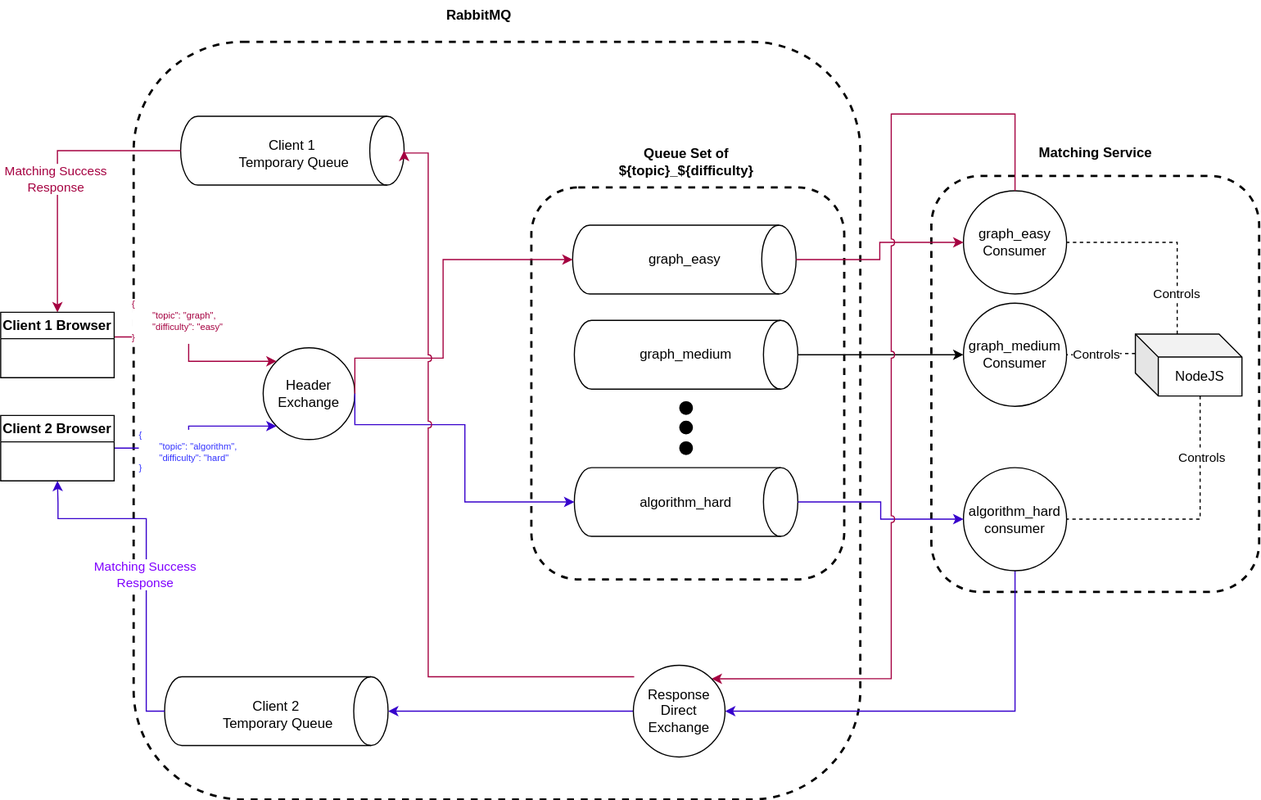
This is matchingService/assets/MatchingServiceFlow.drawio.svg from CS3219-AY2425S1/nus-cs3219-ay2425s1-cs3219-ay2425s1-project-project-template, a draw.io export, as it was before one commit. Source tidied: cells renumbered, new cells last; positions are measured from the earlier drawing's top-left corner, leaving out a move shared by most shapes.
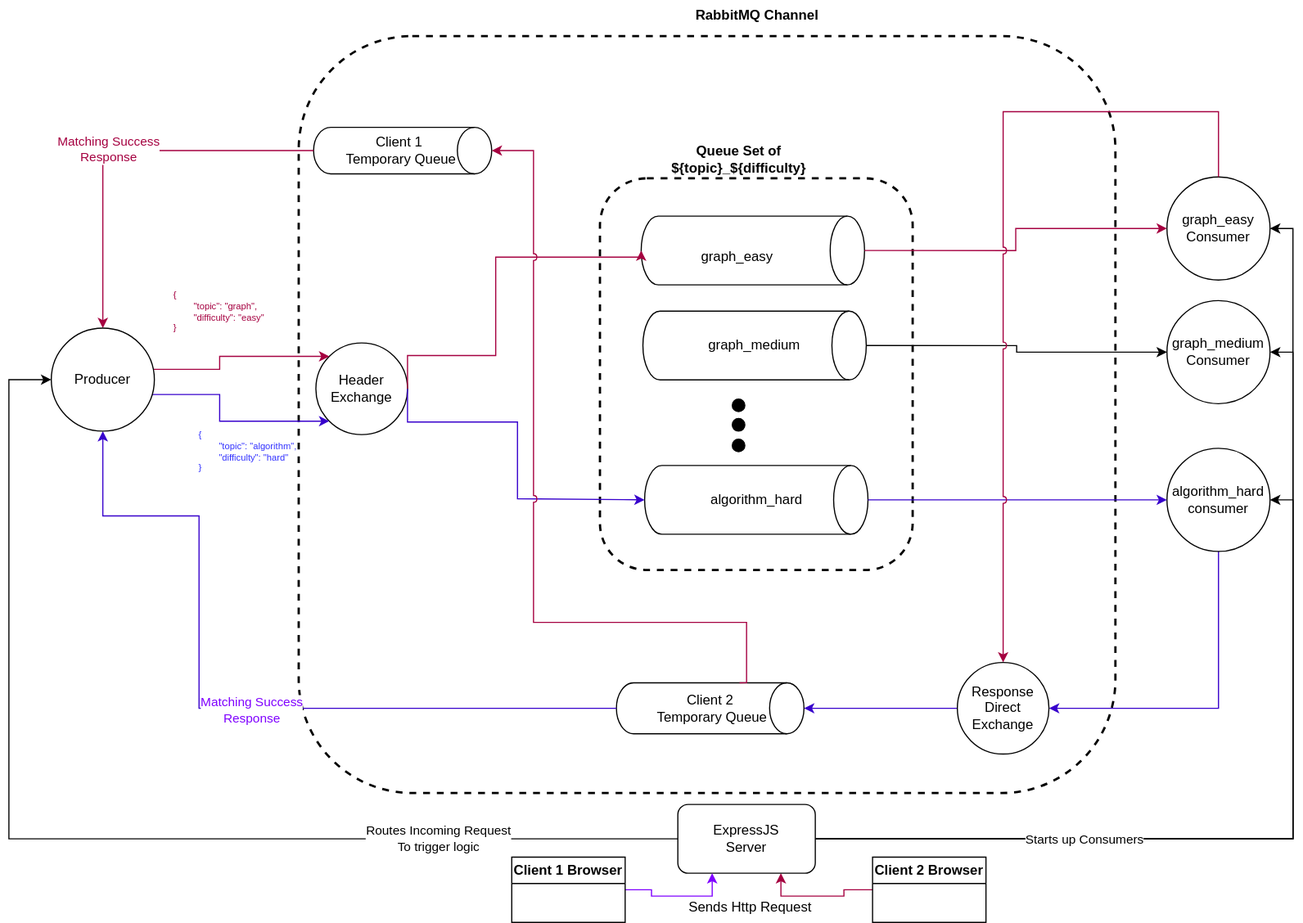
The same file after the commit.

Commit message:
Updated diagram to show existing program flow with expressjs

Change to the diagram source:
```diff
@@ -5,12 +5,9 @@
     <mxCell id="2" style="rounded=1;whiteSpace=wrap;html=1;dashed=1;strokeWidth=2;fillColor=none;" parent="1" vertex="1">
-      <mxGeometry x="116" y="36" width="634" height="661" as="geometry" />
+      <mxGeometry x="214" y="33" width="713" height="661" as="geometry" />
     </mxCell>
-    <mxCell id="3" style="rounded=1;whiteSpace=wrap;html=1;dashed=1;strokeWidth=2;fillColor=none;" parent="1" vertex="1">
-      <mxGeometry x="812" y="153" width="286" height="363" as="geometry" />
-    </mxCell>
     <mxCell id="4" style="rounded=1;whiteSpace=wrap;html=1;dashed=1;strokeWidth=2;fillColor=none;" parent="1" vertex="1">
-      <mxGeometry x="463" y="163" width="273" height="342" as="geometry" />
+      <mxGeometry x="477" y="157.2" width="273" height="342" as="geometry" />
     </mxCell>
     <mxCell id="5" value="Header&lt;div&gt;Exchange&lt;/div&gt;" style="ellipse;whiteSpace=wrap;html=1;" parent="1" vertex="1">
-      <mxGeometry x="229" y="303" width="80" height="80" as="geometry" />
+      <mxGeometry x="229" y="301" width="80" height="80" as="geometry" />
     </mxCell>
@@ -26,3 +23,3 @@
     <mxCell id="9" style="group;" parent="1" vertex="1">
-      <mxGeometry x="500.5" y="407.5" width="195" height="60" as="geometry" />
+      <mxGeometry x="516" y="408" width="195" height="60" as="geometry" />
     </mxCell>
@@ -35,3 +32,3 @@
     <mxCell id="12" style="group;" parent="1" vertex="1">
-      <mxGeometry x="500.5" y="279" width="195" height="60" as="geometry" />
+      <mxGeometry x="514.5" y="273.2" width="195" height="60" as="geometry" />
     </mxCell>
@@ -47,3 +44,3 @@
     <mxCell id="16" style="shape=cylinder3;whiteSpace=wrap;html=1;boundedLbl=1;backgroundOutline=1;size=15;rotation=90;" parent="15" vertex="1">
-      <mxGeometry x="67.5" y="-67.5" width="60" height="195" as="geometry" />
+      <mxGeometry x="81.5" y="-73.2" width="60" height="195" as="geometry" />
     </mxCell>
@@ -56,21 +53,27 @@
     <mxCell id="19" style="group;dashed=1;" parent="1" vertex="1">
-      <mxGeometry x="157" y="101" width="195" height="60" as="geometry" />
+      <mxGeometry x="219" y="103" width="137" height="107.8" as="geometry" />
     </mxCell>
     <mxCell id="20" style="shape=cylinder3;whiteSpace=wrap;html=1;boundedLbl=1;backgroundOutline=1;size=15;rotation=90;fixDash=1;" parent="19" vertex="1">
-      <mxGeometry x="67.5" y="-67.5" width="60" height="195" as="geometry" />
+      <mxGeometry x="65.4" y="-47.8" width="40.6" height="155.5" as="geometry" />
     </mxCell>
     <mxCell id="21" value="Client 1&lt;div&gt;&amp;nbsp;Temporary Queue&lt;/div&gt;" style="text;html=1;align=center;verticalAlign=middle;whiteSpace=wrap;rounded=0;" parent="19" vertex="1">
-      <mxGeometry x="42.2" y="12" width="110.5" height="41" as="geometry" />
+      <mxGeometry x="28.6" y="9.5" width="108.4" height="41" as="geometry" />
     </mxCell>
     <mxCell id="22" style="group;" parent="1" vertex="1">
-      <mxGeometry x="143" y="590" width="195" height="60" as="geometry" />
+      <mxGeometry x="466" y="590" width="195" height="135.2" as="geometry" />
     </mxCell>
     <mxCell id="23" style="shape=cylinder3;whiteSpace=wrap;html=1;boundedLbl=1;backgroundOutline=1;size=15;rotation=90;" parent="22" vertex="1">
-      <mxGeometry x="67.5" y="-67.5" width="60" height="195" as="geometry" />
+      <mxGeometry x="85" y="-51.9" width="44.5" height="163.8" as="geometry" />
     </mxCell>
     <mxCell id="24" value="Client 2&lt;div&gt;&amp;nbsp;Temporary Queue&lt;/div&gt;" style="text;html=1;align=center;verticalAlign=middle;whiteSpace=wrap;rounded=0;" parent="22" vertex="1">
-      <mxGeometry x="42.2" y="12" width="110.5" height="41" as="geometry" />
+      <mxGeometry x="52" y="9.5" width="110.5" height="41" as="geometry" />
     </mxCell>
-    <mxCell id="25" style="edgeStyle=orthogonalEdgeStyle;rounded=0;jettySize=auto;html=1;exitX=0.99;exitY=0.377;exitDx=0;exitDy=0;entryX=0;entryY=0;entryDx=0;entryDy=0;fillColor=#d80073;strokeColor=#A50040;exitPerimeter=0;" parent="1" edge="1" source="47" target="5">
-      <mxGeometry relative="1" as="geometry" />
+    <mxCell id="25" style="edgeStyle=orthogonalEdgeStyle;rounded=0;jettySize=auto;html=1;exitX=1;exitY=0.5;exitDx=0;exitDy=0;entryX=0;entryY=0;entryDx=0;entryDy=0;fillColor=#d80073;strokeColor=#A50040;" parent="1" edge="1" source="58" target="5">
+      <mxGeometry relative="1" as="geometry">
+        <Array as="points">
+          <mxPoint x="60" y="324" />
+          <mxPoint x="145" y="324" />
+          <mxPoint x="145" y="313" />
+        </Array>
+      </mxGeometry>
     </mxCell>
@@ -78,7 +81,13 @@
       <mxGeometry x="-0.44" y="3" relative="1" as="geometry">
-        <mxPoint x="-31" y="-11" as="offset" />
+        <mxPoint x="15" y="-48" as="offset" />
       </mxGeometry>
     </mxCell>
-    <mxCell id="27" style="edgeStyle=orthogonalEdgeStyle;rounded=0;jettySize=auto;html=1;entryX=0;entryY=1;entryDx=0;entryDy=0;fillColor=#6a00ff;strokeColor=#3700CC;exitX=1;exitY=0.5;exitDx=0;exitDy=0;" parent="1" edge="1" source="46" target="5">
-      <mxGeometry relative="1" as="geometry" />
+    <mxCell id="27" style="edgeStyle=orthogonalEdgeStyle;rounded=0;jettySize=auto;html=1;entryX=0;entryY=1;entryDx=0;entryDy=0;fillColor=#6a00ff;strokeColor=#3700CC;exitX=1;exitY=0.5;exitDx=0;exitDy=0;" parent="1" edge="1" source="58" target="5">
+      <mxGeometry relative="1" as="geometry">
+        <Array as="points">
+          <mxPoint x="60" y="346" />
+          <mxPoint x="145" y="346" />
+          <mxPoint x="145" y="369" />
+        </Array>
+      </mxGeometry>
     </mxCell>
@@ -94,6 +103,6 @@
     <mxCell id="29" value="graph_easy&lt;div&gt;Consumer&lt;/div&gt;" style="ellipse;whiteSpace=wrap;html=1;" parent="1" vertex="1">
-      <mxGeometry x="840" y="166" width="90" height="90" as="geometry" />
+      <mxGeometry x="972" y="156" width="90" height="90" as="geometry" />
     </mxCell>
     <mxCell id="30" value="graph_medium&lt;div&gt;Consumer&lt;/div&gt;" style="ellipse;whiteSpace=wrap;html=1;" parent="1" vertex="1">
-      <mxGeometry x="840" y="264" width="90" height="90" as="geometry" />
+      <mxGeometry x="972" y="264" width="90" height="90" as="geometry" />
     </mxCell>
@@ -102,3 +111,3 @@
         <Array as="points">
-          <mxPoint x="885" y="620" />
+          <mxPoint x="1017" y="620" />
         </Array>
@@ -107,3 +116,3 @@
     <mxCell id="32" value="algorithm_hard&lt;div&gt;consumer&lt;/div&gt;" style="ellipse;whiteSpace=wrap;html=1;" parent="1" vertex="1">
-      <mxGeometry x="840" y="407.5" width="90" height="90" as="geometry" />
+      <mxGeometry x="972" y="393" width="90" height="90" as="geometry" />
     </mxCell>
@@ -113,3 +122,3 @@
     <mxCell id="34" value="{&lt;div style=&quot;font-size: 8px;&quot;&gt;&lt;span style=&quot;white-space: pre; font-size: 8px;&quot;&gt;&#9;&quot;topic&quot;: &quot;algorithm&quot;,&lt;/span&gt;&lt;br style=&quot;font-size: 8px;&quot;&gt;&lt;/div&gt;&lt;div style=&quot;font-size: 8px;&quot;&gt;&lt;span style=&quot;white-space: pre; font-size: 8px;&quot;&gt;&lt;span style=&quot;white-space: pre; font-size: 8px;&quot;&gt;&#9;&lt;/span&gt;&quot;difficulty&quot;: &quot;hard&quot;&lt;/span&gt;&lt;/div&gt;&lt;div style=&quot;font-size: 8px;&quot;&gt;&lt;span style=&quot;white-space: pre; font-size: 8px;&quot;&gt;}&lt;/span&gt;&lt;/div&gt;" style="edgeLabel;html=1;align=left;verticalAlign=middle;fontSize=8;fontColor=#3333FF;" parent="1" vertex="1">
-      <mxGeometry x="119" y="394" as="geometry" />
+      <mxGeometry x="125" y="396" as="geometry" />
     </mxCell>
@@ -130,8 +139,7 @@
     </mxCell>
-    <mxCell id="38" style="edgeStyle=orthogonalEdgeStyle;rounded=0;jettySize=auto;html=1;exitX=0.5;exitY=0;exitDx=0;exitDy=0;fillColor=#d80073;strokeColor=#A50040;entryX=1;entryY=0;entryDx=0;entryDy=0;jumpStyle=arc;" parent="1" edge="1" source="29" target="45">
+    <mxCell id="38" style="edgeStyle=orthogonalEdgeStyle;rounded=0;jettySize=auto;html=1;exitX=0.5;exitY=0;exitDx=0;exitDy=0;fillColor=#d80073;strokeColor=#A50040;jumpStyle=arc;entryX=0.5;entryY=0;entryDx=0;entryDy=0;" parent="1" edge="1" source="29" target="45">
       <mxGeometry relative="1" as="geometry">
         <Array as="points">
-          <mxPoint x="885" y="99" />
-          <mxPoint x="777" y="99" />
-          <mxPoint x="777" y="592" />
+          <mxPoint x="1017" y="99" />
+          <mxPoint x="829" y="99" />
         </Array>
@@ -139,8 +147,8 @@
     </mxCell>
-    <mxCell id="39" style="edgeStyle=orthogonalEdgeStyle;rounded=0;jettySize=auto;html=1;fillColor=#d80073;strokeColor=#A50040;exitX=0;exitY=0;exitDx=0;exitDy=0;entryX=0.5;entryY=0;entryDx=0;entryDy=0;entryPerimeter=0;jumpStyle=arc;" parent="1" edge="1" target="20">
+    <mxCell id="39" style="edgeStyle=orthogonalEdgeStyle;rounded=0;jettySize=auto;html=1;fillColor=#d80073;strokeColor=#A50040;exitX=0;exitY=0;exitDx=0;exitDy=56.25;entryX=0.5;entryY=0;entryDx=0;entryDy=0;entryPerimeter=0;jumpStyle=arc;exitPerimeter=0;" parent="1" edge="1" source="23" target="20">
       <mxGeometry relative="1" as="geometry">
-        <mxPoint x="552.7" y="590" as="sourcePoint" />
         <Array as="points">
-          <mxPoint x="373" y="590" />
-          <mxPoint x="373" y="133" />
+          <mxPoint x="605" y="545" />
+          <mxPoint x="419" y="545" />
+          <mxPoint x="419" y="133" />
         </Array>
@@ -148,3 +156,3 @@
     </mxCell>
-    <mxCell id="40" style="edgeStyle=orthogonalEdgeStyle;rounded=0;jettySize=auto;html=1;exitX=0.5;exitY=1;exitDx=0;exitDy=0;exitPerimeter=0;entryX=0.5;entryY=0;entryDx=0;entryDy=0;fillColor=#d80073;strokeColor=#A50040;" parent="1" edge="1" source="20" target="47">
+    <mxCell id="40" style="edgeStyle=orthogonalEdgeStyle;rounded=0;jettySize=auto;html=1;exitX=0.5;exitY=1;exitDx=0;exitDy=0;exitPerimeter=0;entryX=0.5;entryY=0;entryDx=0;entryDy=0;fillColor=#d80073;strokeColor=#A50040;" parent="1" edge="1" source="20" target="58">
       <mxGeometry relative="1" as="geometry" />
@@ -157,3 +165,3 @@
         <Array as="points">
-          <mxPoint x="350" y="620" />
+          <mxPoint x="661" y="620" />
         </Array>
@@ -161,3 +169,3 @@
     </mxCell>
-    <mxCell id="43" style="edgeStyle=orthogonalEdgeStyle;rounded=0;jettySize=auto;html=1;exitX=0.5;exitY=1;exitDx=0;exitDy=0;exitPerimeter=0;entryX=0.5;entryY=1;entryDx=0;entryDy=0;fillColor=#6a00ff;strokeColor=#3700CC;" parent="1" edge="1" source="23" target="46">
+    <mxCell id="43" style="edgeStyle=orthogonalEdgeStyle;rounded=0;jettySize=auto;html=1;exitX=0.5;exitY=1;exitDx=0;exitDy=0;exitPerimeter=0;entryX=0.5;entryY=1;entryDx=0;entryDy=0;fillColor=#6a00ff;strokeColor=#3700CC;" parent="1" edge="1" source="23" target="58">
       <mxGeometry relative="1" as="geometry">
@@ -166,4 +174,3 @@
           <mxPoint x="127" y="452" />
-          <mxPoint x="50" y="452" />
-          <mxPoint x="50" y="438" />
+          <mxPoint x="43" y="452" />
         </Array>
@@ -175,37 +182,53 @@
     <mxCell id="45" value="Response Direct&lt;div&gt;Exchange&lt;/div&gt;" style="ellipse;whiteSpace=wrap;html=1;" parent="1" vertex="1">
-      <mxGeometry x="552" y="580" width="80" height="80" as="geometry" />
+      <mxGeometry x="789" y="580" width="80" height="80" as="geometry" />
     </mxCell>
+    <mxCell id="56" value="RabbitMQ Channel" style="text;html=1;align=center;verticalAlign=middle;strokeColor=none;fillColor=none;fontStyle=1;" parent="1" vertex="1">
+      <mxGeometry x="553.5" y="2" width="120" height="26" as="geometry" />
+    </mxCell>
+    <mxCell id="57" style="edgeStyle=orthogonalEdgeStyle;rounded=0;jettySize=auto;html=1;exitX=0;exitY=0.5;exitDx=0;exitDy=0;entryX=0.75;entryY=1;entryDx=0;entryDy=0;strokeColor=#A50040;" parent="1" edge="1" source="46" target="65">
+      <mxGeometry relative="1" as="geometry" />
+    </mxCell>
     <mxCell id="46" value="Client 2 Browser" style="swimlane;whiteSpace=wrap;html=1;" parent="1" vertex="1">
-      <mxGeometry y="362" width="99" height="57" as="geometry" />
+      <mxGeometry x="715" y="750" width="99" height="57" as="geometry" />
     </mxCell>
+    <mxCell id="58" value="&lt;div&gt;Producer&lt;/div&gt;" style="ellipse;whiteSpace=wrap;html=1;" parent="1" vertex="1">
+      <mxGeometry x="-2" y="288" width="90" height="90" as="geometry" />
+    </mxCell>
+    <mxCell id="59" style="edgeStyle=orthogonalEdgeStyle;rounded=0;jettySize=auto;html=1;exitX=0;exitY=0.5;exitDx=0;exitDy=0;entryX=0;entryY=0.5;entryDx=0;entryDy=0;" parent="1" edge="1" source="65" target="58">
+      <mxGeometry relative="1" as="geometry">
+        <Array as="points">
+          <mxPoint x="-39" y="734" />
+          <mxPoint x="-39" y="333" />
+        </Array>
+      </mxGeometry>
+    </mxCell>
+    <mxCell id="60" value="Routes Incoming Request&lt;div&gt;To trigger logic&lt;/div&gt;" style="edgeLabel;html=1;align=center;verticalAlign=middle;" parent="59" vertex="1">
+      <mxGeometry x="-0.59" y="-1" relative="1" as="geometry" />
+    </mxCell>
+    <mxCell id="61" style="edgeStyle=orthogonalEdgeStyle;rounded=0;jettySize=auto;html=1;exitX=1;exitY=0.5;exitDx=0;exitDy=0;entryX=1;entryY=0.5;entryDx=0;entryDy=0;" parent="1" edge="1" source="65" target="32">
+      <mxGeometry relative="1" as="geometry" />
+    </mxCell>
+    <mxCell id="62" style="edgeStyle=orthogonalEdgeStyle;rounded=0;jettySize=auto;html=1;exitX=1;exitY=0.5;exitDx=0;exitDy=0;entryX=1;entryY=0.5;entryDx=0;entryDy=0;" parent="1" edge="1" source="65" target="30">
+      <mxGeometry relative="1" as="geometry" />
+    </mxCell>
+    <mxCell id="63" style="edgeStyle=orthogonalEdgeStyle;rounded=0;jettySize=auto;html=1;exitX=1;exitY=0.5;exitDx=0;exitDy=0;entryX=1;entryY=0.5;entryDx=0;entryDy=0;" parent="1" edge="1" source="65" target="29">
+      <mxGeometry relative="1" as="geometry" />
+    </mxCell>
+    <mxCell id="64" value="Starts up Consumers" style="edgeLabel;html=1;align=center;verticalAlign=middle;" parent="63" vertex="1">
+      <mxGeometry x="-0.56" y="-1" relative="1" as="geometry">
+        <mxPoint x="21" y="-1" as="offset" />
+      </mxGeometry>
+    </mxCell>
+    <mxCell id="65" value="ExpressJS&lt;div&gt;Server&lt;/div&gt;" style="rounded=1;whiteSpace=wrap;html=1;" parent="1" vertex="1">
+      <mxGeometry x="545" y="704" width="120" height="60" as="geometry" />
+    </mxCell>
+    <mxCell id="66" style="edgeStyle=orthogonalEdgeStyle;rounded=0;jettySize=auto;html=1;exitX=1;exitY=0.5;exitDx=0;exitDy=0;entryX=0.25;entryY=1;entryDx=0;entryDy=0;fillColor=#6a00ff;strokeColor=#7F00FF;" parent="1" edge="1" source="47" target="65">
+      <mxGeometry relative="1" as="geometry" />
+    </mxCell>
     <mxCell id="47" value="Client 1 Browser" style="swimlane;whiteSpace=wrap;html=1;" parent="1" vertex="1">
-      <mxGeometry y="272" width="99" height="57" as="geometry" />
+      <mxGeometry x="400" y="750" width="99" height="57" as="geometry" />
     </mxCell>
-    <mxCell id="48" style="edgeStyle=orthogonalEdgeStyle;rounded=0;jettySize=auto;html=1;exitX=0;exitY=0;exitDx=0;exitDy=17;exitPerimeter=0;entryX=1;entryY=0.5;entryDx=0;entryDy=0;dashed=1;strokeColor=default;endArrow=none;endFill=0;" parent="1" edge="1" source="54" target="30">
-      <mxGeometry relative="1" as="geometry" />
-    </mxCell>
-    <mxCell id="49" value="Controls" style="edgeLabel;html=1;align=center;verticalAlign=middle;" parent="48" vertex="1">
-      <mxGeometry x="0.18" y="-1" relative="1" as="geometry" />
-    </mxCell>
-    <mxCell id="50" style="edgeStyle=orthogonalEdgeStyle;rounded=0;jettySize=auto;html=1;exitX=0;exitY=0;exitDx=36.5;exitDy=0;exitPerimeter=0;entryX=1;entryY=0.5;entryDx=0;entryDy=0;dashed=1;endArrow=none;endFill=0;" parent="1" edge="1" source="54" target="29">
-      <mxGeometry relative="1" as="geometry" />
-    </mxCell>
-    <mxCell id="51" value="Controls" style="edgeLabel;html=1;align=center;verticalAlign=middle;" parent="50" vertex="1">
-      <mxGeometry x="-0.6" y="1" relative="1" as="geometry" />
-    </mxCell>
-    <mxCell id="52" style="edgeStyle=orthogonalEdgeStyle;rounded=0;jettySize=auto;html=1;exitX=0;exitY=0;exitDx=56.5;exitDy=54;exitPerimeter=0;entryX=1;entryY=0.5;entryDx=0;entryDy=0;endArrow=none;endFill=0;dashed=1;" parent="1" edge="1" source="54" target="32">
-      <mxGeometry relative="1" as="geometry" />
-    </mxCell>
-    <mxCell id="53" value="Controls" style="edgeLabel;html=1;align=center;verticalAlign=middle;" parent="52" vertex="1">
-      <mxGeometry x="-0.53" y="1" relative="1" as="geometry" />
-    </mxCell>
-    <mxCell id="54" value="NodeJS" style="shape=cube;whiteSpace=wrap;html=1;boundedLbl=1;backgroundOutline=1;darkOpacity=0.05;darkOpacity2=0.1;" parent="1" vertex="1">
-      <mxGeometry x="990" y="291" width="93" height="54" as="geometry" />
-    </mxCell>
-    <mxCell id="55" value="Matching Service" style="text;html=1;align=center;verticalAlign=middle;strokeColor=none;fillColor=none;fontStyle=1;" parent="1" vertex="1">
-      <mxGeometry x="900" y="120" width="110" height="26" as="geometry" />
-    </mxCell>
-    <mxCell id="56" value="RabbitMQ" style="text;html=1;align=center;verticalAlign=middle;strokeColor=none;fillColor=none;fontStyle=1;" parent="1" vertex="1">
-      <mxGeometry x="381" width="72" height="26" as="geometry" />
-    </mxCell>
+    <mxCell id="67" value="Sends Http Request" style="text;html=1;align=center;verticalAlign=middle;strokeColor=none;fillColor=none;" parent="1" vertex="1">
+      <mxGeometry x="545" y="781" width="126" height="26" as="geometry" />
+    </mxCell>
   </root>
```
